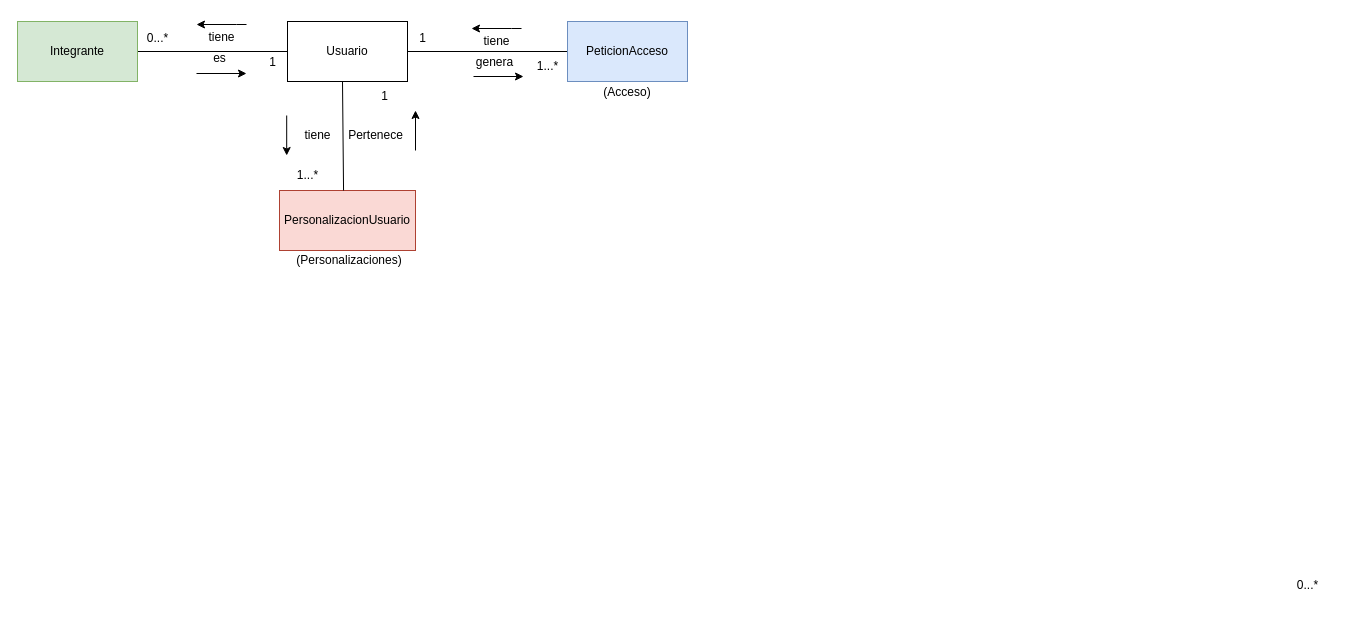
Above: page "AnemicModelUsers" (9 of 17) of CoTasker_BoundedContext.drawio in Migue1409-KP/DOO-working-group (draw.io), before the change. Source tidied: cells renumbered, new cells numbered last; positions are measured from the earlier drawing's top-left corner, leaving out a move shared by most shapes. Both pictures are drawn from the tidied source at 100%, with x=0, y=0 at pixel (17, 21).
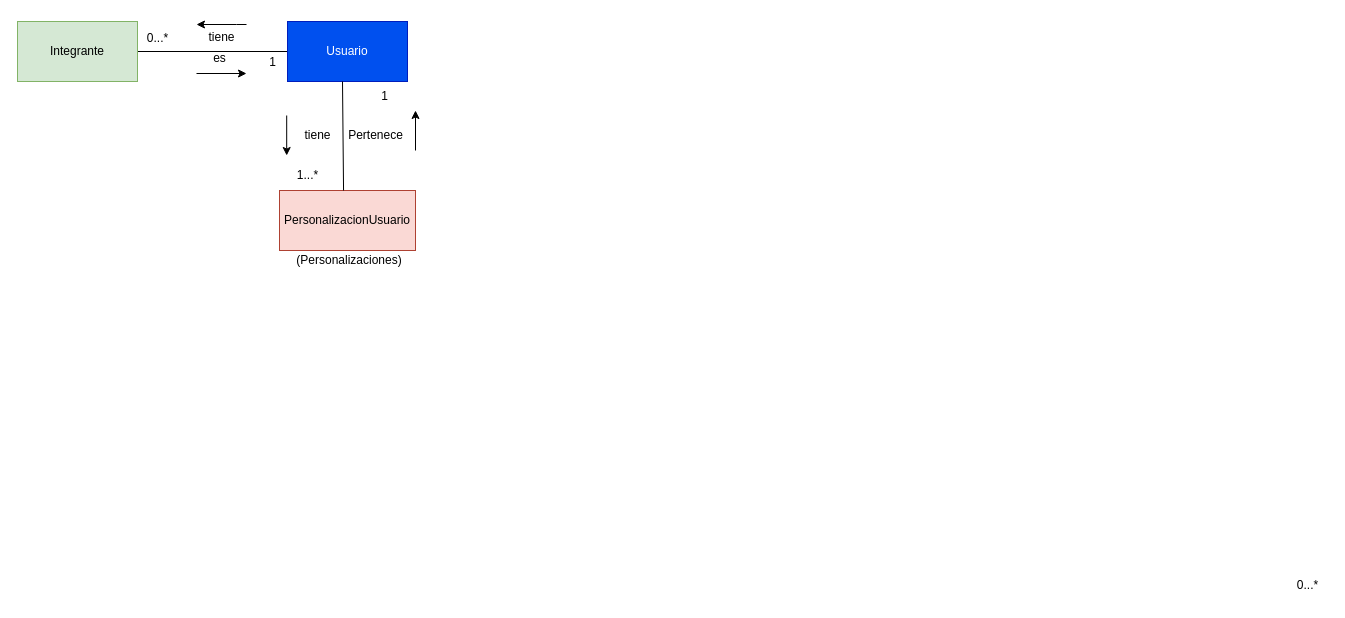
Above is the later version.

The edit, as a diff of the source:
```diff
@@
-    <mxCell id="2" style="edgeStyle=orthogonalEdgeStyle;rounded=0;jettySize=auto;html=1;endArrow=none;endFill=0;" parent="1" edge="1" source="4" target="13">
-      <mxGeometry relative="1" as="geometry" />
-    </mxCell>
@@
-    <mxCell id="4" value="Usuario" style="rounded=0;whiteSpace=wrap;html=1;" parent="1" vertex="1">
+    <mxCell id="4" value="Usuario" style="rounded=0;whiteSpace=wrap;html=1;fillColor=#0050ef;strokeColor=#001DBC;fontColor=#ffffff;" parent="1" vertex="1">
       <mxGeometry x="270" width="120" height="60" as="geometry" />
     </mxCell>
@@
-    <mxCell id="13" value="PeticionAcceso" style="rounded=0;whiteSpace=wrap;html=1;fillColor=#dae8fc;strokeColor=#6c8ebf;" parent="1" vertex="1">
-      <mxGeometry x="550" width="120" height="60" as="geometry" />
-    </mxCell>
-    <mxCell id="14" value="tiene&lt;br&gt;" style="text;html=1;align=center;verticalAlign=middle;strokeColor=none;fillColor=none;" parent="1" vertex="1">
-      <mxGeometry x="454" y="5" width="50" height="30" as="geometry" />
-    </mxCell>
-    <mxCell id="15" value="genera" style="text;html=1;align=center;verticalAlign=middle;strokeColor=none;fillColor=none;" parent="1" vertex="1">
-      <mxGeometry x="447" y="26" width="60" height="30" as="geometry" />
-    </mxCell>
-    <mxCell id="16" style="endArrow=classic;html=1;rounded=0;" parent="1" edge="1">
-      <mxGeometry relative="1" as="geometry">
-        <mxPoint x="456" y="55" as="sourcePoint" />
-        <mxPoint x="506" y="55" as="targetPoint" />
-      </mxGeometry>
-    </mxCell>
-    <mxCell id="17" style="endArrow=classic;html=1;rounded=0;" parent="1" edge="1">
-      <mxGeometry relative="1" as="geometry">
-        <mxPoint x="504" y="7" as="sourcePoint" />
-        <mxPoint x="454" y="7" as="targetPoint" />
-        <Array as="points">
-          <mxPoint x="494" y="7" />
-        </Array>
-      </mxGeometry>
-    </mxCell>
-    <mxCell id="18" value="1...*" style="text;html=1;align=center;verticalAlign=middle;strokeColor=none;fillColor=none;" parent="1" vertex="1">
-      <mxGeometry x="510" y="30" width="40" height="30" as="geometry" />
-    </mxCell>
-    <mxCell id="19" value="1" style="text;html=1;align=center;verticalAlign=middle;strokeColor=none;fillColor=none;" parent="1" vertex="1">
-      <mxGeometry x="390" y="2" width="30" height="30" as="geometry" />
-    </mxCell>
-    <mxCell id="20" value="(Acceso)" style="text;html=1;strokeColor=none;fillColor=none;align=center;verticalAlign=middle;whiteSpace=wrap;rounded=0;" parent="1" vertex="1">
-      <mxGeometry x="580" y="56" width="60" height="30" as="geometry" />
-    </mxCell>
```
